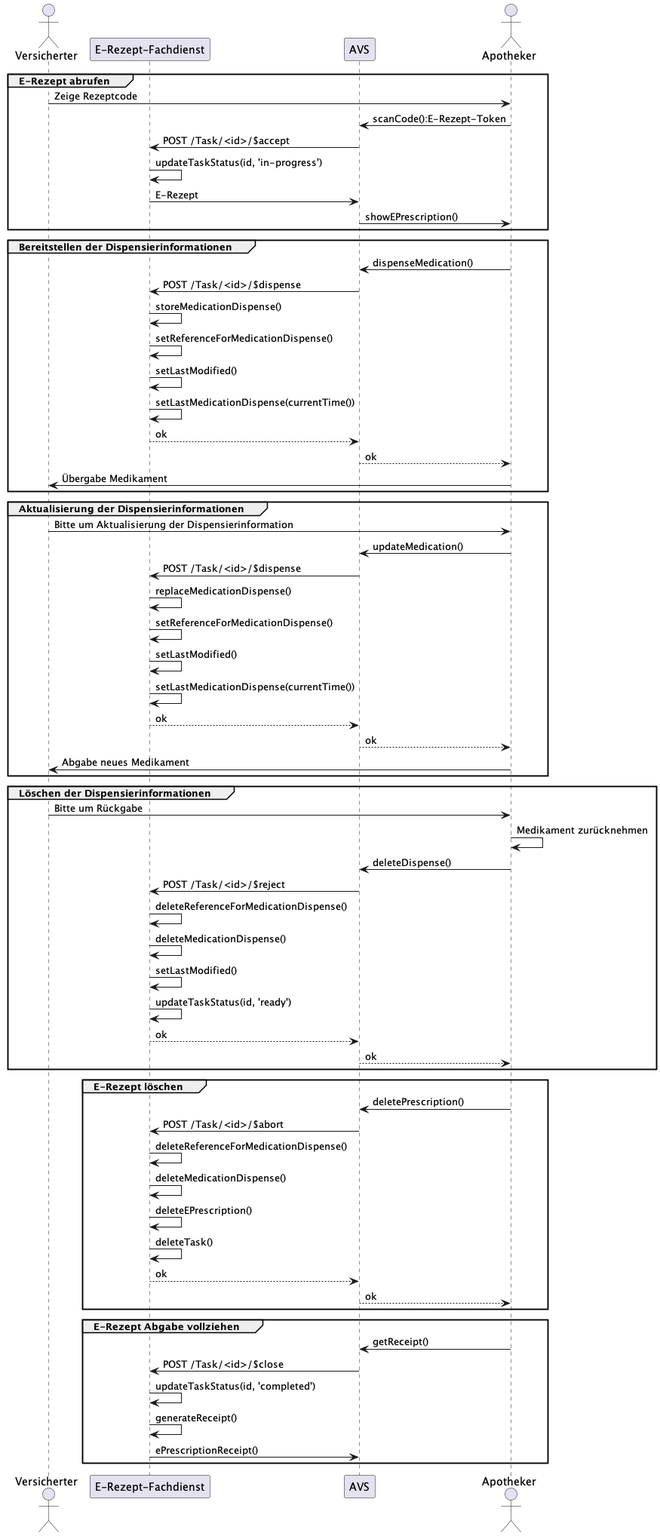
gematik/api-erp keeps this PlantUML diagram as images/puml_fdv_zustaende_sequenz.png. Above is the earlier version.
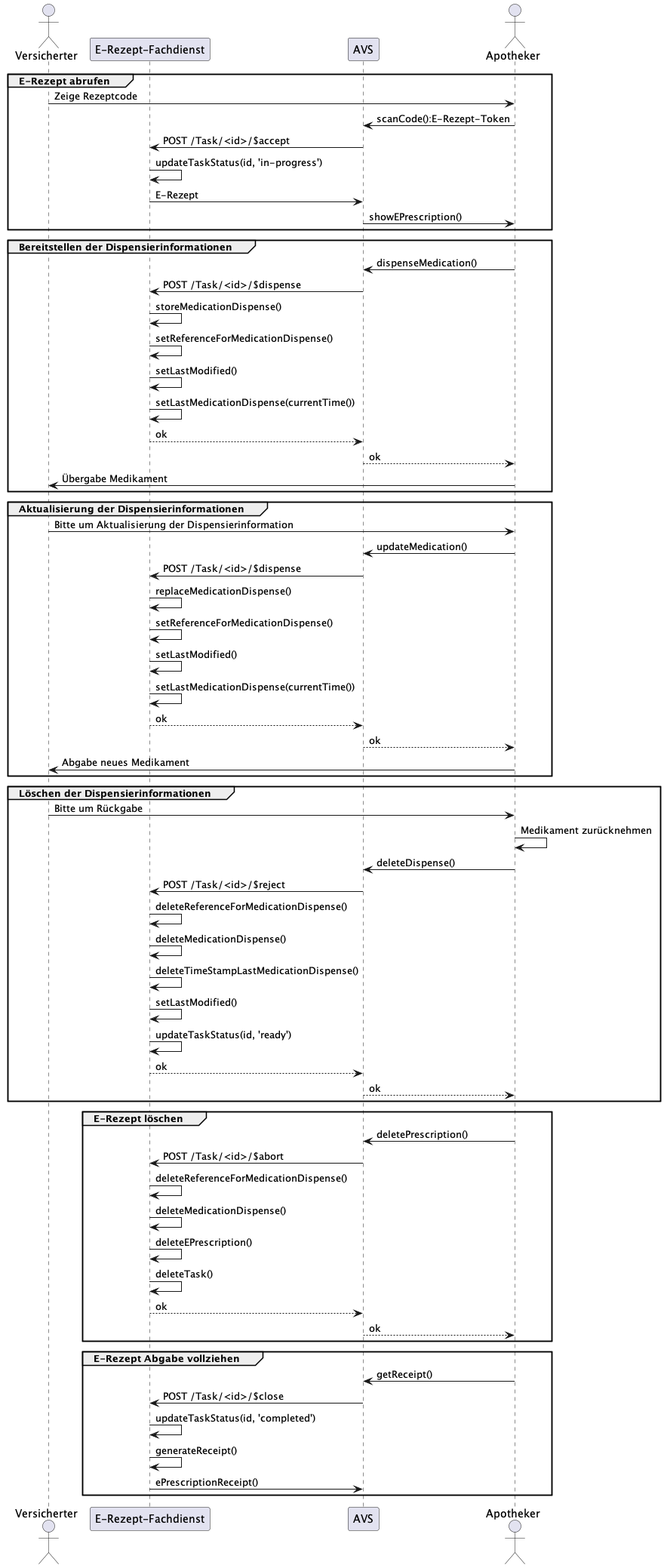
The same file after the commit.

The edit, as a diff of the source:
```diff
@@ -46,6 +46,7 @@
 AVS -> FD: POST /Task/<id>/$reject
 FD -> FD: deleteReferenceForMedicationDispense()
 FD -> FD: deleteMedicationDispense()
+FD -> FD: deleteTimeStampLastMedicationDispense()
 FD -> FD: setLastModified()
 FD -> FD: updateTaskStatus(id, 'ready')
 FD --> AVS: ok
```
